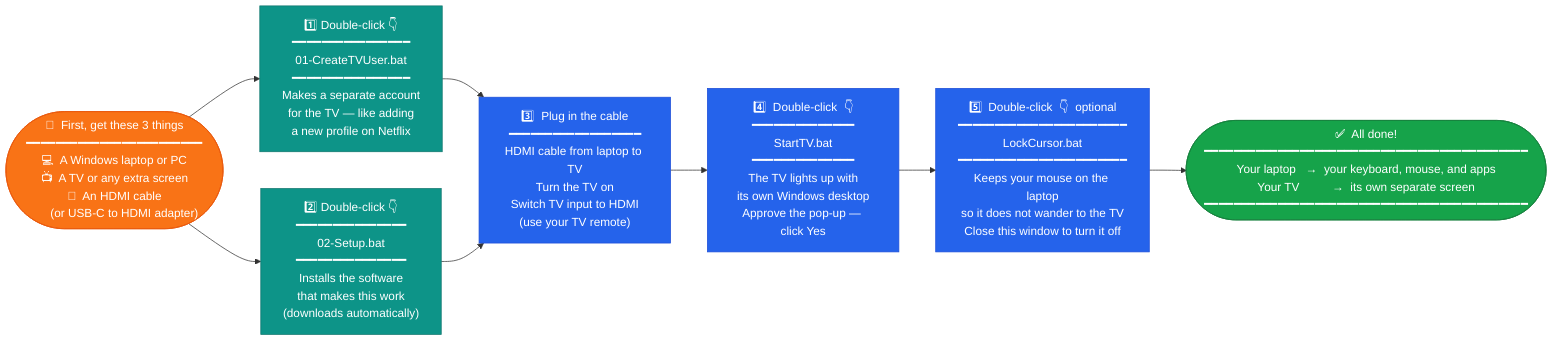
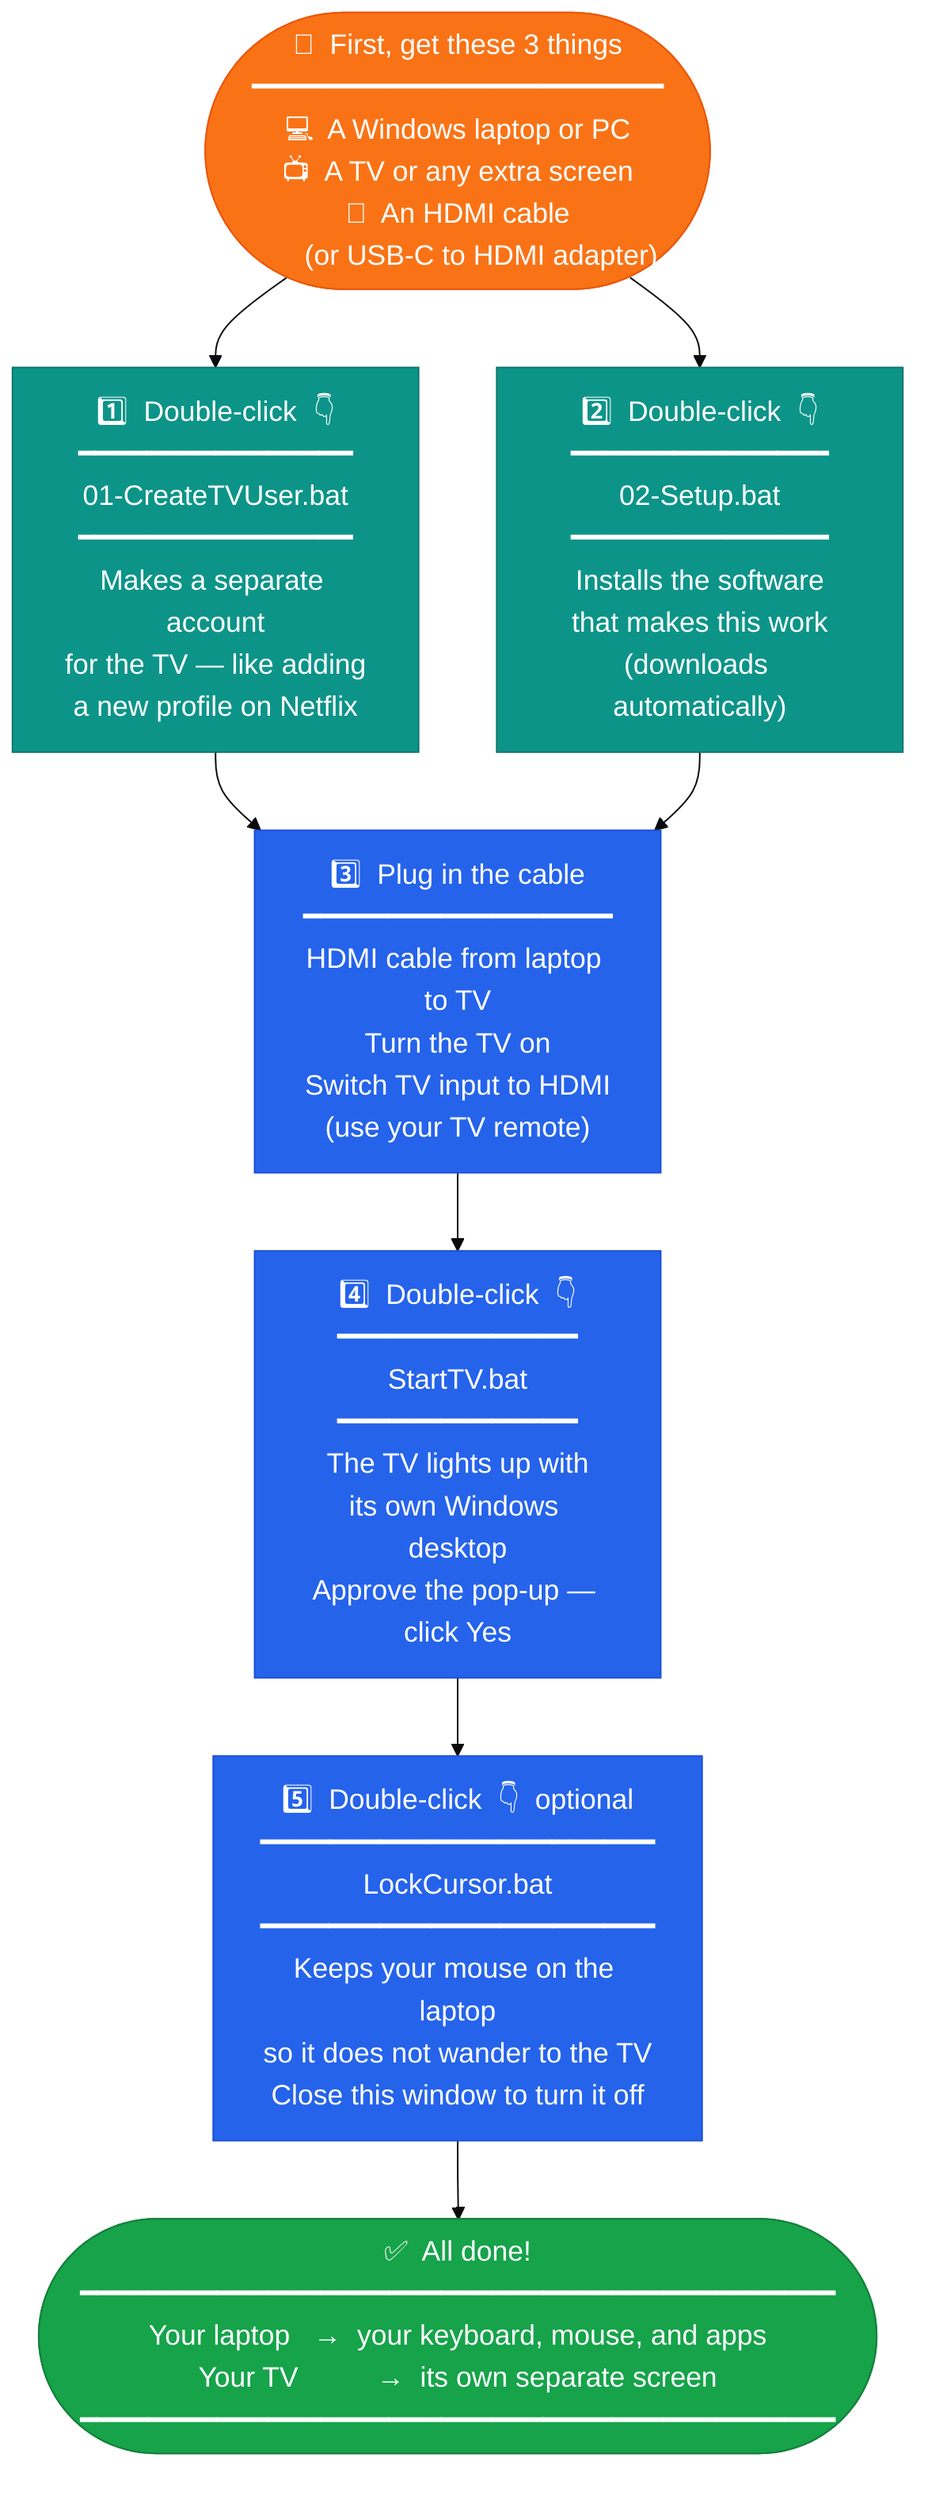
- flowchart LR
+ %%{ init: { 'theme': 'base', 'themeVariables': { 'fontSize': '18px', 'fontFamily': 'arial' } } }%%
+ flowchart TD
    classDef need fill:#f97316,stroke:#ea580c,color:#fff
    classDef once fill:#0d9488,stroke:#0f766e,color:#fff
    classDef daily fill:#2563eb,stroke:#1d4ed8,color:#fff
    classDef done fill:#16a34a,stroke:#15803d,color:#fff

    NEED(["🛒  First, get these 3 things\n━━━━━━━━━━━━━━━━━━━━━━━━\n💻  A Windows laptop or PC\n📺  A TV or any extra screen\n🔌  An HDMI cable\n      (or USB-C to HDMI adapter)"]):::need

    NEED --> S1["1️⃣  Double-click  👇\n━━━━━━━━━━━━━━━━\n01-CreateTVUser.bat\n━━━━━━━━━━━━━━━━\nMakes a separate account\nfor the TV — like adding\na new profile on Netflix"]:::once

    NEED --> S2["2️⃣  Double-click  👇\n━━━━━━━━━━━━━━━\n02-Setup.bat\n━━━━━━━━━━━━━━━\nInstalls the software\nthat makes this work\n(downloads automatically)"]:::once

    S1 & S2 --> S3["3️⃣  Plug in the cable\n━━━━━━━━━━━━━━━━━━\nHDMI cable from laptop to TV\nTurn the TV on\nSwitch TV input to HDMI\n(use your TV remote)"]:::daily

    S3 --> S4["4️⃣  Double-click  👇\n━━━━━━━━━━━━━━\nStartTV.bat\n━━━━━━━━━━━━━━\nThe TV lights up with\nits own Windows desktop\nApprove the pop-up — click Yes"]:::daily

    S4 --> S5["5️⃣  Double-click  👇  optional\n━━━━━━━━━━━━━━━━━━━━━━━\nLockCursor.bat\n━━━━━━━━━━━━━━━━━━━━━━━\nKeeps your mouse on the laptop\nso it does not wander to the TV\nClose this window to turn it off"]:::daily

    S5 --> DONE(["✅  All done!\n━━━━━━━━━━━━━━━━━━━━━━━━━━━━━━━━━━━━━━━━━━━━\nYour laptop   →  your keyboard, mouse, and apps\nYour TV          →  its own separate screen\n━━━━━━━━━━━━━━━━━━━━━━━━━━━━━━━━━━━━━━━━━━━━"]):::done
